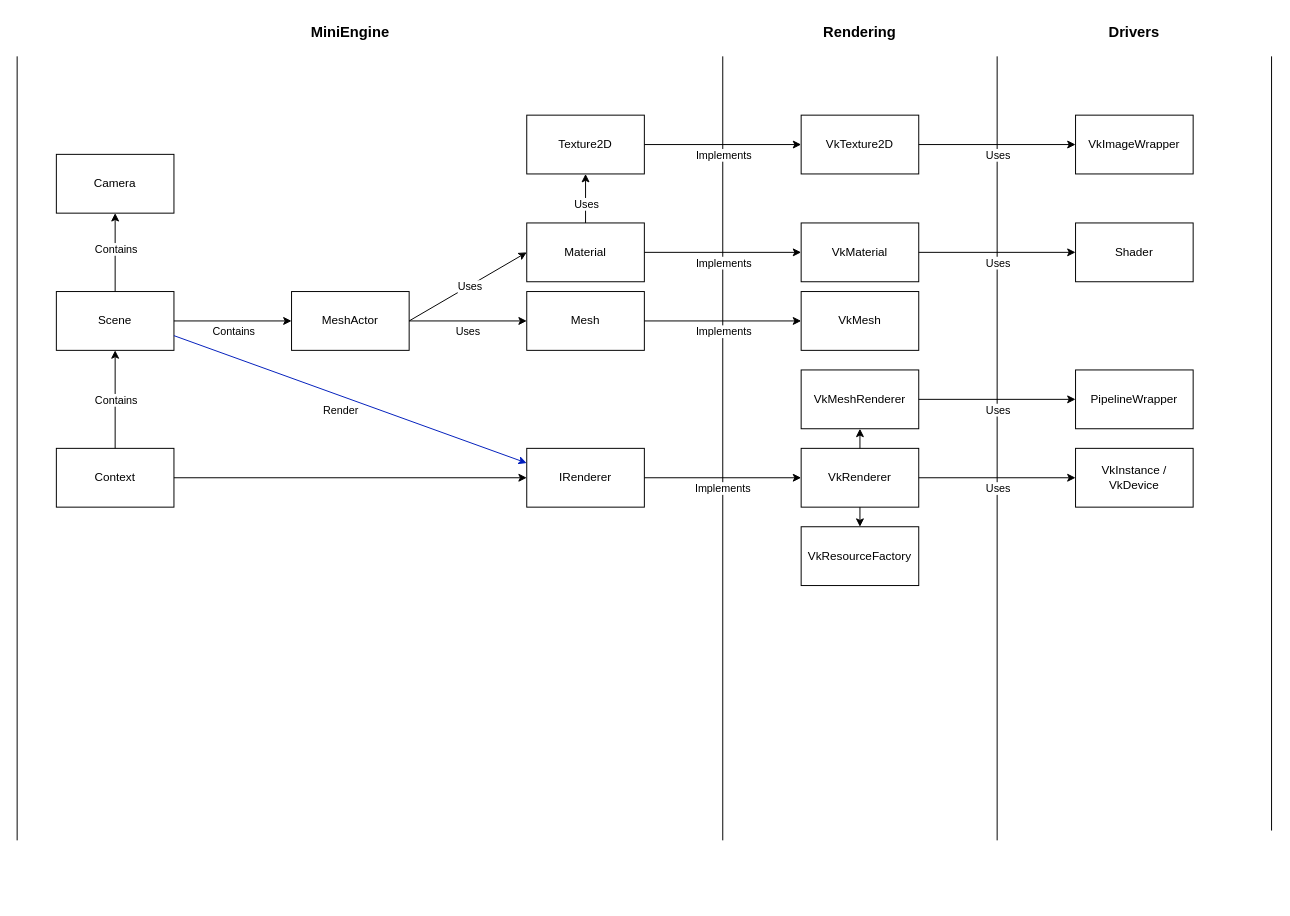
Above: Documentation/Schemas/Architecture MiniEngine Rendering Drivers.drawio in Hilderin/MiniEngine (draw.io), before the change. Source tidied: cells renumbered, new cells numbered last; positions are measured from the earlier drawing's top-left corner, leaving out a move shared by most shapes. Both pictures are drawn from the tidied source at 98%, with x=0, y=0 at pixel (17, 17).
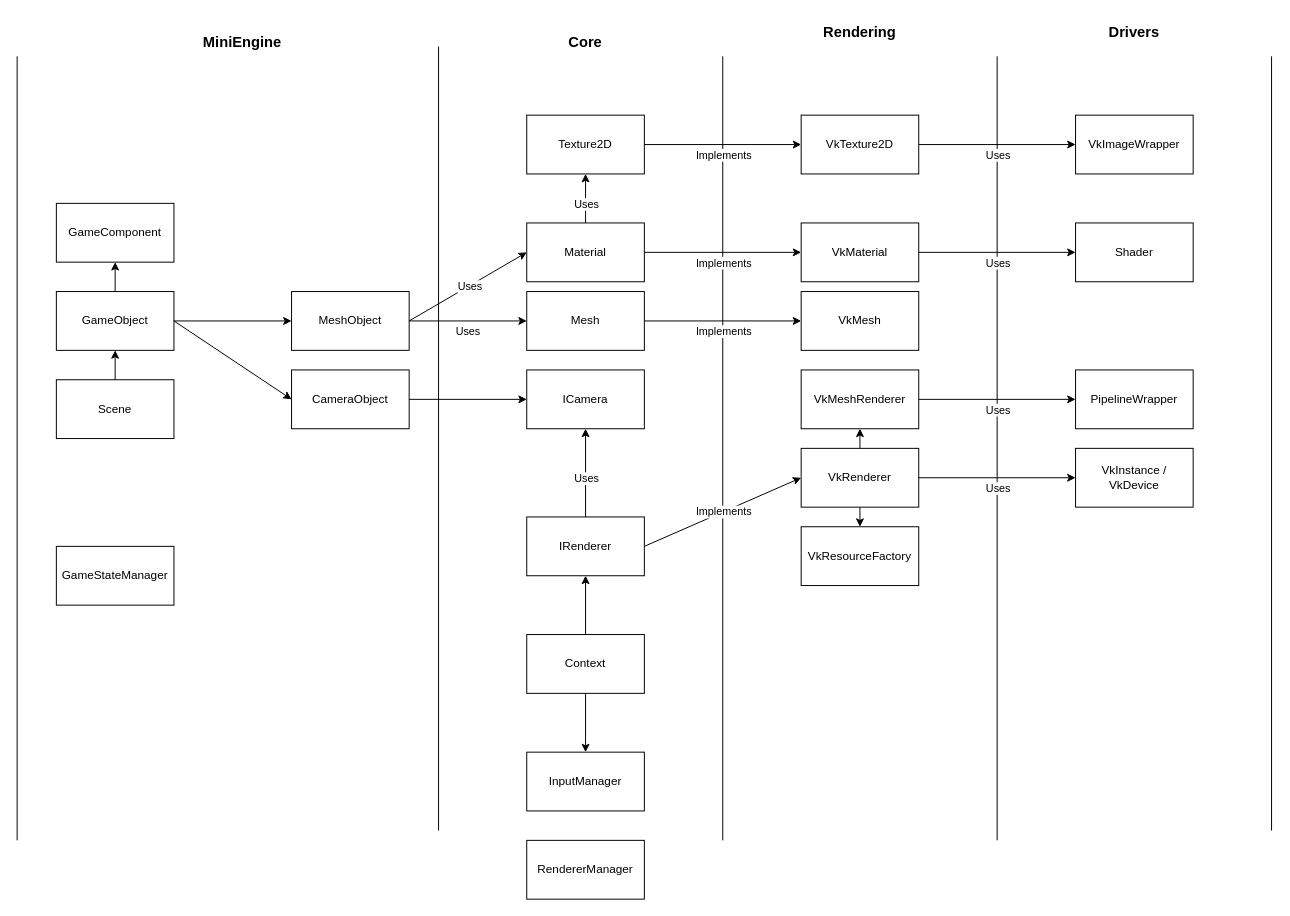
After the change.

Change to the diagram source:
```diff
@@
     <mxCell id="12" value="Scene" style="rounded=0;whiteSpace=wrap;html=1;" parent="1" vertex="1">
-      <mxGeometry x="40" y="280" width="120" height="60" as="geometry" />
+      <mxGeometry x="40" y="370" width="120" height="60" as="geometry" />
     </mxCell>
     <mxCell id="13" value="MiniEngine" style="text;html=1;strokeColor=none;fillColor=none;align=center;verticalAlign=middle;whiteSpace=wrap;rounded=0;fontStyle=1;fontSize=15;" parent="1" vertex="1">
-      <mxGeometry x="310" width="60" height="30" as="geometry" />
+      <mxGeometry x="200" y="10" width="60" height="30" as="geometry" />
     </mxCell>
@@
     <mxCell id="18" value="IRenderer" style="rounded=0;whiteSpace=wrap;html=1;" parent="1" vertex="1">
-      <mxGeometry x="520" y="440" width="120" height="60" as="geometry" />
+      <mxGeometry x="520" y="510" width="120" height="60" as="geometry" />
     </mxCell>
@@
     <mxCell id="42" value="Context" style="rounded=0;whiteSpace=wrap;html=1;" parent="1" vertex="1">
-      <mxGeometry x="40" y="440" width="120" height="60" as="geometry" />
+      <mxGeometry x="520" y="630" width="120" height="60" as="geometry" />
     </mxCell>
-    <mxCell id="43" style="endArrow=classic;html=1;rounded=0;entryX=0;entryY=0.5;entryDx=0;entryDy=0;exitX=1;exitY=0.5;exitDx=0;exitDy=0;" parent="1" edge="1" source="42" target="18">
+    <mxCell id="43" style="endArrow=classic;html=1;rounded=0;entryX=0.5;entryY=1;entryDx=0;entryDy=0;exitX=0.5;exitY=0;exitDx=0;exitDy=0;" parent="1" edge="1" source="42" target="18">
       <mxGeometry relative="1" as="geometry" />
     </mxCell>
-    <mxCell id="44" value="MeshActor" style="rounded=0;whiteSpace=wrap;html=1;" parent="1" vertex="1">
+    <mxCell id="44" value="MeshObject" style="rounded=0;whiteSpace=wrap;html=1;" parent="1" vertex="1">
       <mxGeometry x="280" y="280" width="120" height="60" as="geometry" />
     </mxCell>
@@
-    <mxCell id="49" style="endArrow=classic;html=1;rounded=0;entryX=0;entryY=0.5;entryDx=0;entryDy=0;exitX=1;exitY=0.5;exitDx=0;exitDy=0;" parent="1" edge="1" source="12" target="44">
-      <mxGeometry relative="1" as="geometry" />
-    </mxCell>
-    <mxCell id="50" value="Contains" style="edgeLabel;html=1;align=center;verticalAlign=middle;" parent="49" vertex="1">
-      <mxGeometry x="0.31" y="3" relative="1" as="geometry">
-        <mxPoint x="-19" y="13" as="offset" />
-      </mxGeometry>
-    </mxCell>
@@
-    <mxCell id="53" style="endArrow=classic;html=1;rounded=0;entryX=0.5;entryY=1;entryDx=0;entryDy=0;exitX=0.5;exitY=0;exitDx=0;exitDy=0;" parent="1" edge="1" source="42" target="12">
-      <mxGeometry relative="1" as="geometry" />
-    </mxCell>
-    <mxCell id="54" value="Contains" style="edgeLabel;html=1;align=center;verticalAlign=middle;" parent="53" vertex="1">
-      <mxGeometry x="-0.49" relative="1" as="geometry">
-        <mxPoint y="-24" as="offset" />
-      </mxGeometry>
-    </mxCell>
-    <mxCell id="55" value="Camera" style="rounded=0;whiteSpace=wrap;html=1;" parent="1" vertex="1">
-      <mxGeometry x="40" y="140" width="120" height="60" as="geometry" />
+    <mxCell id="55" value="CameraObject" style="rounded=0;whiteSpace=wrap;html=1;" parent="1" vertex="1">
+      <mxGeometry x="280" y="360" width="120" height="60" as="geometry" />
     </mxCell>
-    <mxCell id="56" style="endArrow=classic;html=1;rounded=0;entryX=0.5;entryY=1;entryDx=0;entryDy=0;exitX=0.5;exitY=0;exitDx=0;exitDy=0;" parent="1" edge="1" source="12" target="55">
-      <mxGeometry relative="1" as="geometry" />
-    </mxCell>
-    <mxCell id="57" value="Contains" style="edgeLabel;html=1;align=center;verticalAlign=middle;" parent="56" vertex="1">
-      <mxGeometry x="-0.49" relative="1" as="geometry">
-        <mxPoint y="-24" as="offset" />
-      </mxGeometry>
-    </mxCell>
-    <mxCell id="58" style="endArrow=classic;html=1;rounded=0;entryX=0;entryY=0.25;entryDx=0;entryDy=0;exitX=1;exitY=0.75;exitDx=0;exitDy=0;fillColor=#0050ef;strokeColor=#001DBC;" parent="1" edge="1" source="12" target="18">
-      <mxGeometry relative="1" as="geometry" />
-    </mxCell>
-    <mxCell id="59" value="Render" style="edgeLabel;html=1;align=center;verticalAlign=middle;" parent="58" vertex="1">
-      <mxGeometry x="0.34" y="2" relative="1" as="geometry">
-        <mxPoint x="-72" y="-10" as="offset" />
-      </mxGeometry>
-    </mxCell>
+    <mxCell id="60" style="endArrow=none;html=1;rounded=0;" parent="1" edge="1">
+      <mxGeometry relative="1" as="geometry">
+        <mxPoint x="430" y="830" as="sourcePoint" />
+        <mxPoint x="430" y="30" as="targetPoint" />
+      </mxGeometry>
+    </mxCell>
+    <mxCell id="61" value="Core" style="text;html=1;strokeColor=none;fillColor=none;align=center;verticalAlign=middle;whiteSpace=wrap;rounded=0;fontStyle=1;fontSize=15;" parent="1" vertex="1">
+      <mxGeometry x="550" y="10" width="60" height="30" as="geometry" />
+    </mxCell>
+    <mxCell id="62" value="ICamera" style="rounded=0;whiteSpace=wrap;html=1;" parent="1" vertex="1">
+      <mxGeometry x="520" y="360" width="120" height="60" as="geometry" />
+    </mxCell>
+    <mxCell id="63" style="endArrow=classic;html=1;rounded=0;entryX=0.5;entryY=1;entryDx=0;entryDy=0;" parent="1" edge="1" target="62">
+      <mxGeometry relative="1" as="geometry">
+        <mxPoint x="580" y="510" as="sourcePoint" />
+      </mxGeometry>
+    </mxCell>
+    <mxCell id="64" value="Uses" style="edgeLabel;html=1;align=center;verticalAlign=middle;" parent="63" vertex="1">
+      <mxGeometry x="0.25" relative="1" as="geometry">
+        <mxPoint y="16" as="offset" />
+      </mxGeometry>
+    </mxCell>
+    <mxCell id="65" value="GameObject" style="rounded=0;whiteSpace=wrap;html=1;" parent="1" vertex="1">
+      <mxGeometry x="40" y="280" width="120" height="60" as="geometry" />
+    </mxCell>
+    <mxCell id="66" style="endArrow=classic;html=1;rounded=0;entryX=0;entryY=0.5;entryDx=0;entryDy=0;exitX=1;exitY=0.5;exitDx=0;exitDy=0;" parent="1" edge="1" source="65" target="44">
+      <mxGeometry relative="1" as="geometry" />
+    </mxCell>
+    <mxCell id="67" style="endArrow=classic;html=1;rounded=0;exitX=0.5;exitY=0;exitDx=0;exitDy=0;entryX=0.5;entryY=1;entryDx=0;entryDy=0;" parent="1" edge="1" source="12" target="65">
+      <mxGeometry relative="1" as="geometry" />
+    </mxCell>
+    <mxCell id="68" style="endArrow=classic;html=1;rounded=0;entryX=0;entryY=0.5;entryDx=0;entryDy=0;exitX=1;exitY=0.5;exitDx=0;exitDy=0;" parent="1" edge="1" source="65" target="55">
+      <mxGeometry relative="1" as="geometry" />
+    </mxCell>
+    <mxCell id="69" style="endArrow=classic;html=1;rounded=0;entryX=0;entryY=0.5;entryDx=0;entryDy=0;exitX=1;exitY=0.5;exitDx=0;exitDy=0;" parent="1" edge="1" source="55" target="62">
+      <mxGeometry relative="1" as="geometry" />
+    </mxCell>
+    <mxCell id="70" value="GameStateManager" style="rounded=0;whiteSpace=wrap;html=1;" parent="1" vertex="1">
+      <mxGeometry x="40" y="540" width="120" height="60" as="geometry" />
+    </mxCell>
+    <mxCell id="71" value="GameComponent" style="rounded=0;whiteSpace=wrap;html=1;" parent="1" vertex="1">
+      <mxGeometry x="40" y="190" width="120" height="60" as="geometry" />
+    </mxCell>
+    <mxCell id="72" style="endArrow=classic;html=1;rounded=0;entryX=0.5;entryY=1;entryDx=0;entryDy=0;exitX=0.5;exitY=0;exitDx=0;exitDy=0;" parent="1" edge="1" source="65" target="71">
+      <mxGeometry relative="1" as="geometry" />
+    </mxCell>
+    <mxCell id="73" value="InputManager" style="rounded=0;whiteSpace=wrap;html=1;" parent="1" vertex="1">
+      <mxGeometry x="520" y="750" width="120" height="60" as="geometry" />
+    </mxCell>
+    <mxCell id="74" style="endArrow=classic;html=1;rounded=0;exitX=0.5;exitY=1;exitDx=0;exitDy=0;entryX=0.5;entryY=0;entryDx=0;entryDy=0;" parent="1" edge="1" source="42" target="73">
+      <mxGeometry relative="1" as="geometry" />
+    </mxCell>
+    <mxCell id="75" value="RendererManager" style="rounded=0;whiteSpace=wrap;html=1;" parent="1" vertex="1">
+      <mxGeometry x="520" y="840" width="120" height="60" as="geometry" />
+    </mxCell>
```
